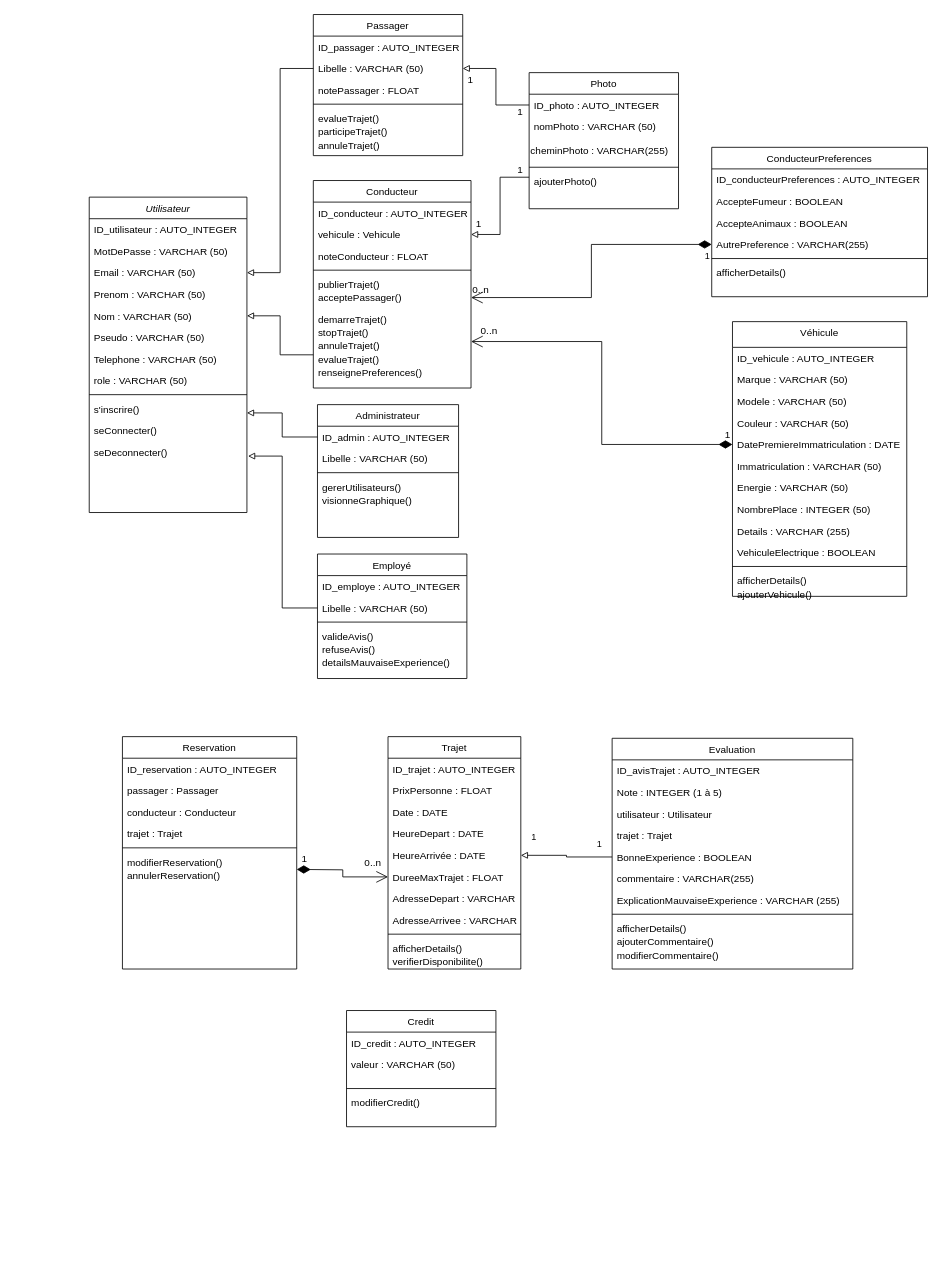
elodiealix91620/EcoRide keeps this draw.io diagram as ecoRide diagramme de classe.drawio. Above is the earlier version. Source tidied: cells renumbered, new cells numbered last; positions are measured from the earlier drawing's top-left corner, leaving out a move shared by most shapes. Both pictures are drawn from the tidied source at 83%, with x=0, y=0 at pixel (14, 14).
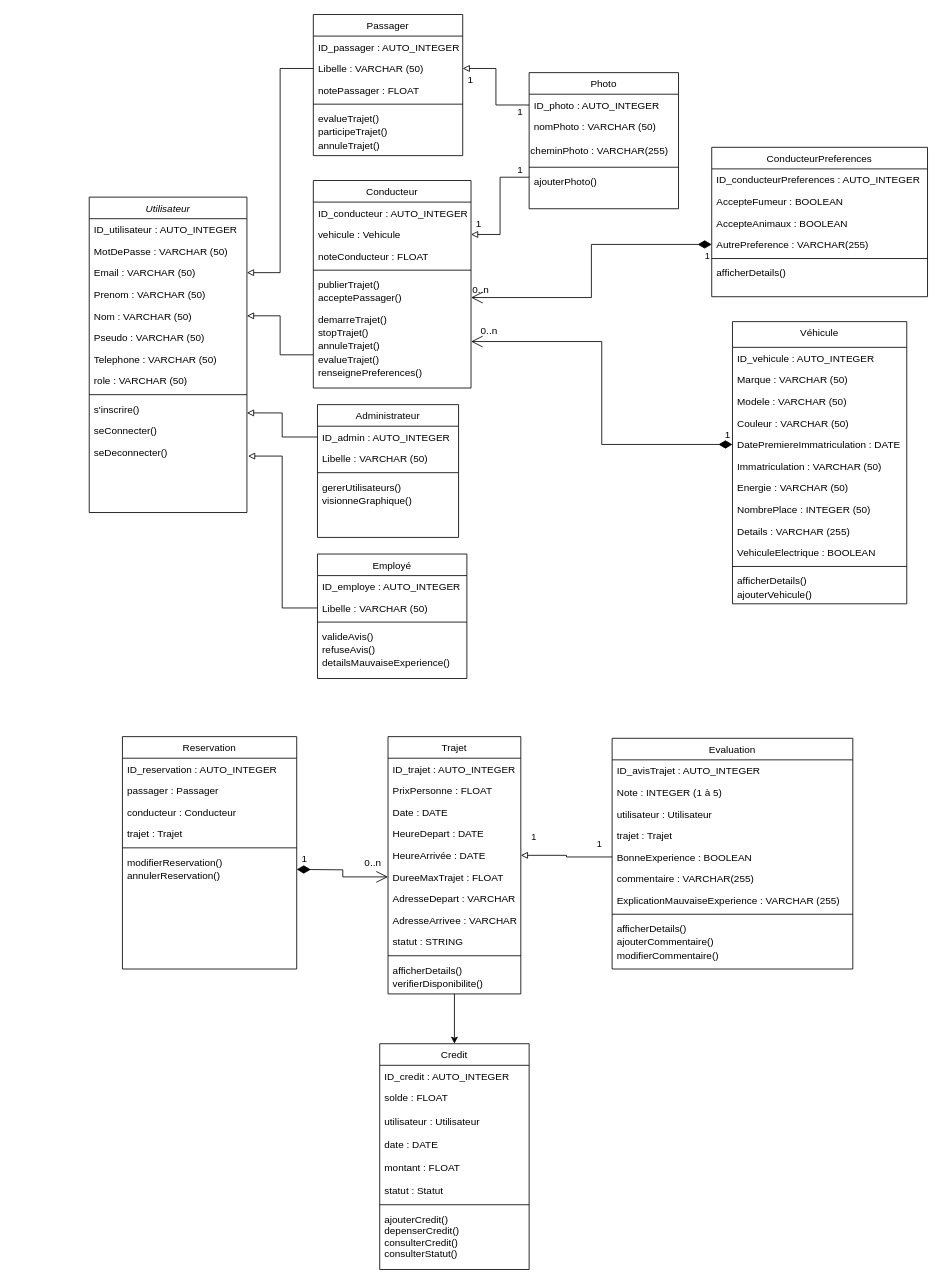
The same diagram, later.

Commit message (it also covers changes not shown here):
Mettre à jour ecoRide diagramme de classe.drawio

What changed in the source:
```diff
@@
+    <mxCell id="131" style="edgeStyle=orthogonalEdgeStyle;rounded=0;jettySize=auto;html=1;exitX=0.5;exitY=1;exitDx=0;exitDy=0;entryX=0.5;entryY=0;entryDx=0;entryDy=0;" parent="1" edge="1" source="22" target="116">
+      <mxGeometry relative="1" as="geometry" />
+    </mxCell>
     <mxCell id="22" value="Trajet" style="swimlane;fontStyle=0;align=center;verticalAlign=top;horizontal=1;startSize=26;rounded=0;shadow=0;strokeWidth=1;" parent="1" vertex="1">
-      <mxGeometry x="450" y="870" width="160" height="280" as="geometry" />
+      <mxGeometry x="450" y="870" width="160" height="310" as="geometry" />
     </mxCell>
@@
+    <mxCell id="132" value="statut : STRING" style="text;align=left;verticalAlign=top;spacingLeft=4;spacingRight=4;overflow=hidden;rounded=0;shadow=0;html=0;" parent="22" vertex="1">
+      <mxGeometry y="234" width="160" height="26" as="geometry" />
+    </mxCell>
     <mxCell id="31" style="line;html=1;strokeWidth=1;align=left;verticalAlign=middle;spacingTop=-1;spacingLeft=3;spacingRight=3;labelPosition=right;" parent="22" vertex="1">
-      <mxGeometry y="234" width="160" height="8" as="geometry" />
+      <mxGeometry y="260" width="160" height="8" as="geometry" />
     </mxCell>
     <mxCell id="32" value="afficherDetails()" style="text;align=left;verticalAlign=top;spacingLeft=4;spacingRight=4;overflow=hidden;rounded=0;shadow=0;html=0;" parent="22" vertex="1">
-      <mxGeometry y="242" width="160" height="16" as="geometry" />
+      <mxGeometry y="268" width="160" height="16" as="geometry" />
     </mxCell>
     <mxCell id="33" value="verifierDisponibilite()" style="text;align=left;verticalAlign=top;spacingLeft=4;spacingRight=4;overflow=hidden;rounded=0;shadow=0;html=0;" parent="22" vertex="1">
-      <mxGeometry y="258" width="160" height="16" as="geometry" />
+      <mxGeometry y="284" width="160" height="16" as="geometry" />
     </mxCell>
     <mxCell id="34" value="Véhicule" style="swimlane;fontStyle=0;align=center;verticalAlign=top;horizontal=1;startSize=31;rounded=0;shadow=0;strokeWidth=1;" parent="1" vertex="1">
-      <mxGeometry x="865" y="370" width="210" height="331" as="geometry" />
+      <mxGeometry x="865" y="370" width="210" height="340" as="geometry" />
     </mxCell>
@@
     <mxCell id="116" value="Credit" style="swimlane;fontStyle=0;align=center;verticalAlign=top;horizontal=1;startSize=26;rounded=0;shadow=0;strokeWidth=1;" parent="1" vertex="1">
-      <mxGeometry x="400" y="1200" width="180" height="140" as="geometry" />
+      <mxGeometry x="440" y="1240" width="180" height="272" as="geometry" />
     </mxCell>
@@
-    <mxCell id="118" value="valeur : VARCHAR (50)" style="text;align=left;verticalAlign=top;spacingLeft=4;spacingRight=4;overflow=hidden;rounded=0;shadow=0;html=0;" parent="116" vertex="1">
-      <mxGeometry y="52" width="180" height="38" as="geometry" />
+    <mxCell id="118" value="solde : FLOAT" style="text;align=left;verticalAlign=top;spacingLeft=4;spacingRight=4;overflow=hidden;rounded=0;shadow=0;html=0;" parent="116" vertex="1">
+      <mxGeometry y="52" width="180" height="28" as="geometry" />
     </mxCell>
+    <mxCell id="133" value="utilisateur : Utilisateur" style="text;align=left;verticalAlign=top;spacingLeft=4;spacingRight=4;overflow=hidden;rounded=0;shadow=0;html=0;" parent="116" vertex="1">
+      <mxGeometry y="80" width="180" height="28" as="geometry" />
+    </mxCell>
+    <mxCell id="134" value="date : DATE" style="text;align=left;verticalAlign=top;spacingLeft=4;spacingRight=4;overflow=hidden;rounded=0;shadow=0;html=0;" parent="116" vertex="1">
+      <mxGeometry y="108" width="180" height="28" as="geometry" />
+    </mxCell>
+    <mxCell id="135" value="montant : FLOAT" style="text;align=left;verticalAlign=top;spacingLeft=4;spacingRight=4;overflow=hidden;rounded=0;shadow=0;html=0;" parent="116" vertex="1">
+      <mxGeometry y="136" width="180" height="28" as="geometry" />
+    </mxCell>
+    <mxCell id="136" value="statut : Statut" style="text;align=left;verticalAlign=top;spacingLeft=4;spacingRight=4;overflow=hidden;rounded=0;shadow=0;html=0;" parent="116" vertex="1">
+      <mxGeometry y="164" width="180" height="26" as="geometry" />
+    </mxCell>
     <mxCell id="119" style="line;html=1;strokeWidth=1;align=left;verticalAlign=middle;spacingTop=-1;spacingLeft=3;spacingRight=3;labelPosition=right;" parent="116" vertex="1">
-      <mxGeometry y="90" width="180" height="8" as="geometry" />
+      <mxGeometry y="190" width="180" height="8" as="geometry" />
     </mxCell>
-    <mxCell id="120" value="modifierCredit()" style="text;align=left;verticalAlign=top;spacingLeft=4;spacingRight=4;overflow=hidden;rounded=0;shadow=0;html=0;" parent="116" vertex="1">
-      <mxGeometry y="98" width="180" height="16" as="geometry" />
+    <mxCell id="120" value="ajouterCredit()&#10;depenserCredit()&#10;consulterCredit()&#10;consulterStatut()" style="text;align=left;verticalAlign=top;spacingLeft=4;spacingRight=4;overflow=hidden;rounded=0;shadow=0;html=0;" parent="116" vertex="1">
+      <mxGeometry y="198" width="180" height="74" as="geometry" />
     </mxCell>
```
